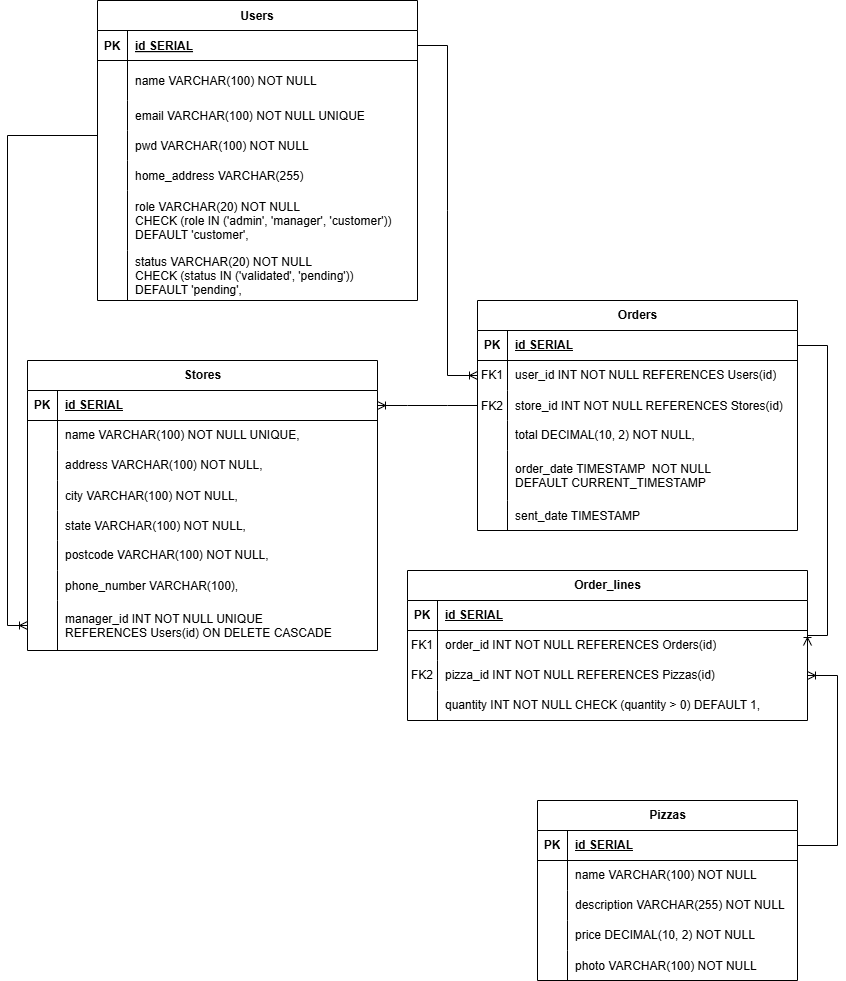
This is src/bd_info/modelo_ER.drawio.png from guoruipan/pitsa-jaus, a draw.io export, as it was before one commit. Source tidied: cells renumbered, new cells last; positions are measured from the earlier drawing's top-left corner, leaving out a move shared by most shapes.
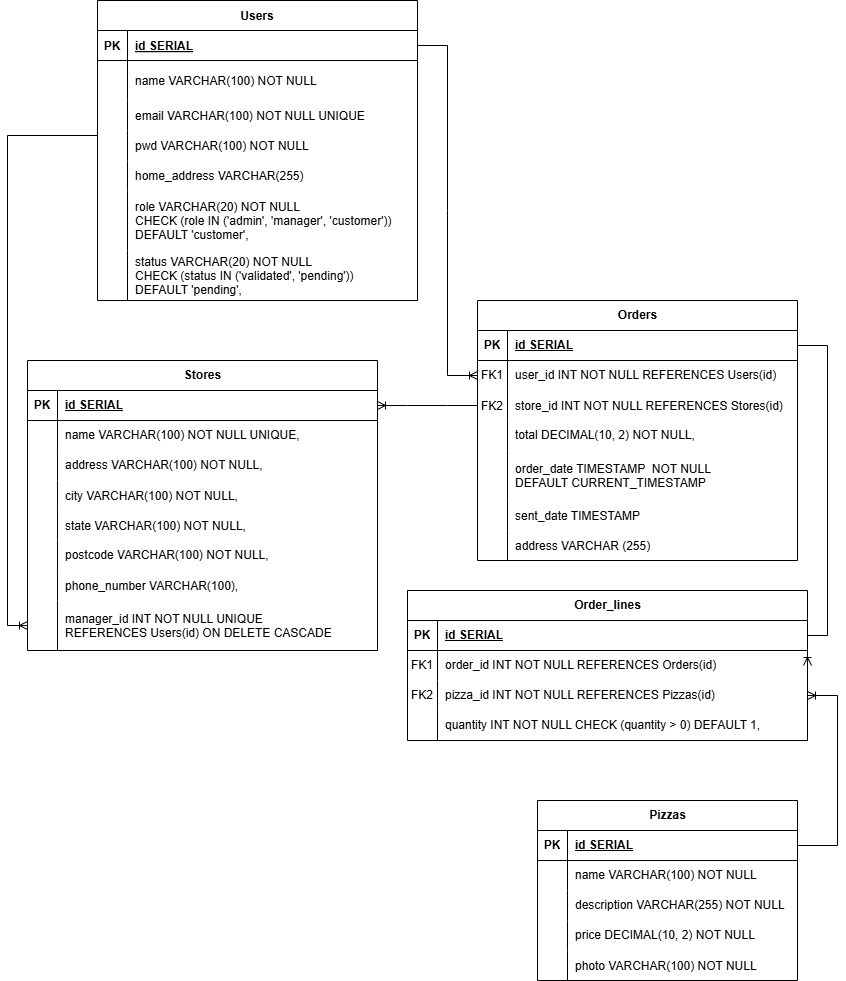
The same file after the commit.

Commit message:
ops: added address to Orders table

Diff of the diagram source:
```diff
@@ -117,7 +117,7 @@
       <mxGeometry x="30" width="290" height="50" as="geometry" />
     </mxCell>
     <mxCell id="40" value="Orders" style="shape=table;startSize=30;rowLines=0;fontStyle=1;align=center;html=1;" parent="1" vertex="1">
-      <mxGeometry x="470" y="300" width="320" height="230" as="geometry" />
+      <mxGeometry x="470" y="300" width="320" height="260" as="geometry" />
     </mxCell>
     <mxCell id="41" style="shape=tableRow;horizontal=0;startSize=0;swimlaneHead=0;swimlaneBody=0;fillColor=none;points=[[0,0.5],[1,0.5]];portConstraint=eastwest;top=0;left=0;right=0;bottom=1;" parent="40" vertex="1">
       <mxGeometry y="30" width="320" height="30" as="geometry" />
@@ -173,11 +173,20 @@
     <mxCell id="58" value="sent_date TIMESTAMP" style="shape=partialRectangle;fillColor=none;top=0;left=0;bottom=0;right=0;align=left;spacingLeft=6;overflow=hidden;" parent="56" vertex="1">
       <mxGeometry x="30" width="290" height="30" as="geometry" />
     </mxCell>
+    <mxCell id="102" style="shape=tableRow;horizontal=0;startSize=0;swimlaneHead=0;swimlaneBody=0;fillColor=none;top=0;left=0;right=0;bottom=0;" parent="40" vertex="1">
+      <mxGeometry y="230" width="320" height="30" as="geometry" />
+    </mxCell>
+    <mxCell id="103" style="shape=partialRectangle;fillColor=none;top=0;left=0;bottom=0;right=0;overflow=hidden;" parent="102" vertex="1">
+      <mxGeometry width="30" height="30" as="geometry" />
+    </mxCell>
+    <mxCell id="104" value="address VARCHAR (255)" style="shape=partialRectangle;fillColor=none;top=0;left=0;bottom=0;right=0;align=left;spacingLeft=6;overflow=hidden;" parent="102" vertex="1">
+      <mxGeometry x="30" width="290" height="30" as="geometry" />
+    </mxCell>
     <mxCell id="59" style="edgeStyle=entityRelationEdgeStyle;fontSize=12;html=1;endArrow=ERoneToMany;rounded=0;exitX=1;exitY=0.5;exitDx=0;exitDy=0;entryX=0;entryY=0.5;entryDx=0;entryDy=0;" parent="1" edge="1" source="19" target="44">
       <mxGeometry relative="1" as="geometry" />
     </mxCell>
     <mxCell id="60" value="Order_lines" style="shape=table;startSize=30;rowLines=0;fontStyle=1;align=center;html=1;" parent="1" vertex="1">
-      <mxGeometry x="400" y="570" width="400" height="150" as="geometry" />
+      <mxGeometry x="400" y="590" width="400" height="150" as="geometry" />
     </mxCell>
     <mxCell id="61" style="shape=tableRow;horizontal=0;startSize=0;swimlaneHead=0;swimlaneBody=0;fillColor=none;top=0;left=0;right=0;bottom=1;" parent="60" vertex="1">
       <mxGeometry y="30" width="400" height="30" as="geometry" />
```
